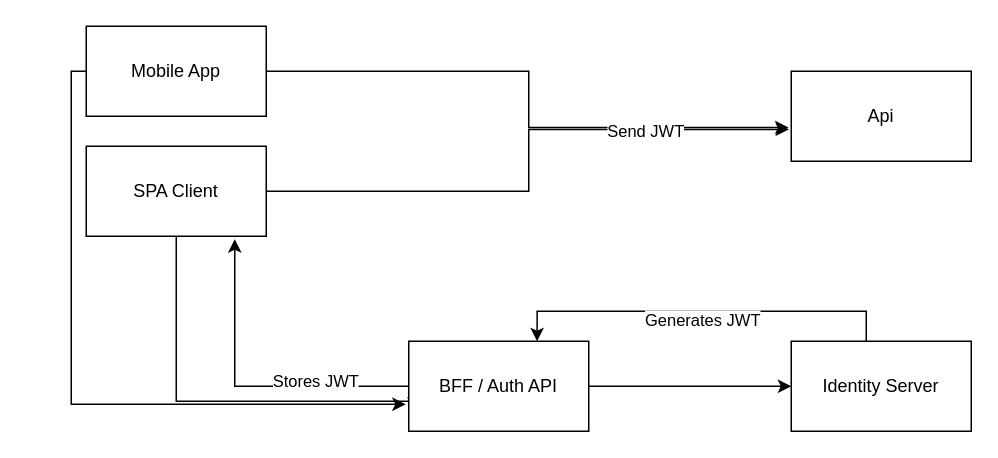
This is diagrams/ProjectStructure.drawio from Azero77/PrivateClinicalSystem, a draw.io file, before an edit. Source tidied: cells renumbered, new cells numbered last; positions are measured from the earlier drawing's top-left corner, leaving out a move shared by most shapes. Both pictures are drawn from the tidied source at 150%, with x=0, y=0 at pixel (70, 26).
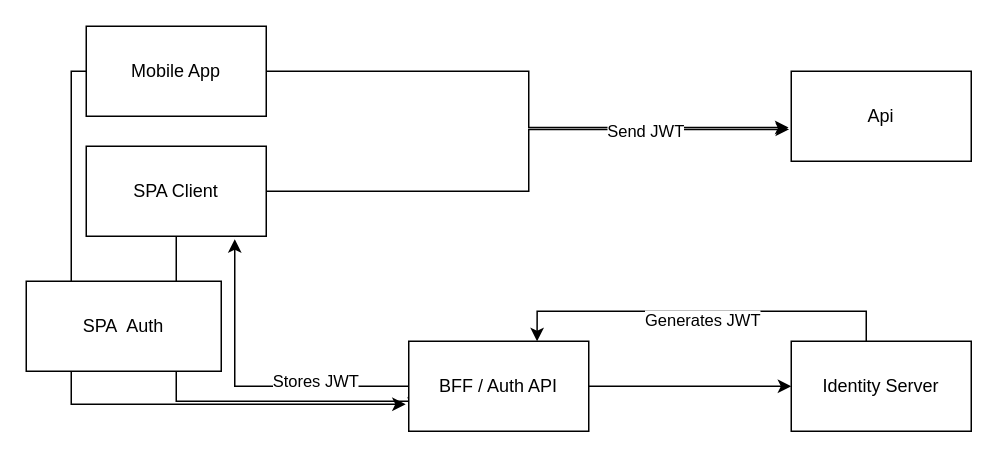
The same page after the edit.

What changed in the source:
```diff
@@
+    <mxCell id="17" value="SPA&amp;nbsp; Auth" style="rounded=0;whiteSpace=wrap;html=1;" parent="1" vertex="1">
+      <mxGeometry x="-30" y="170" width="130" height="60" as="geometry" />
+    </mxCell>
```
